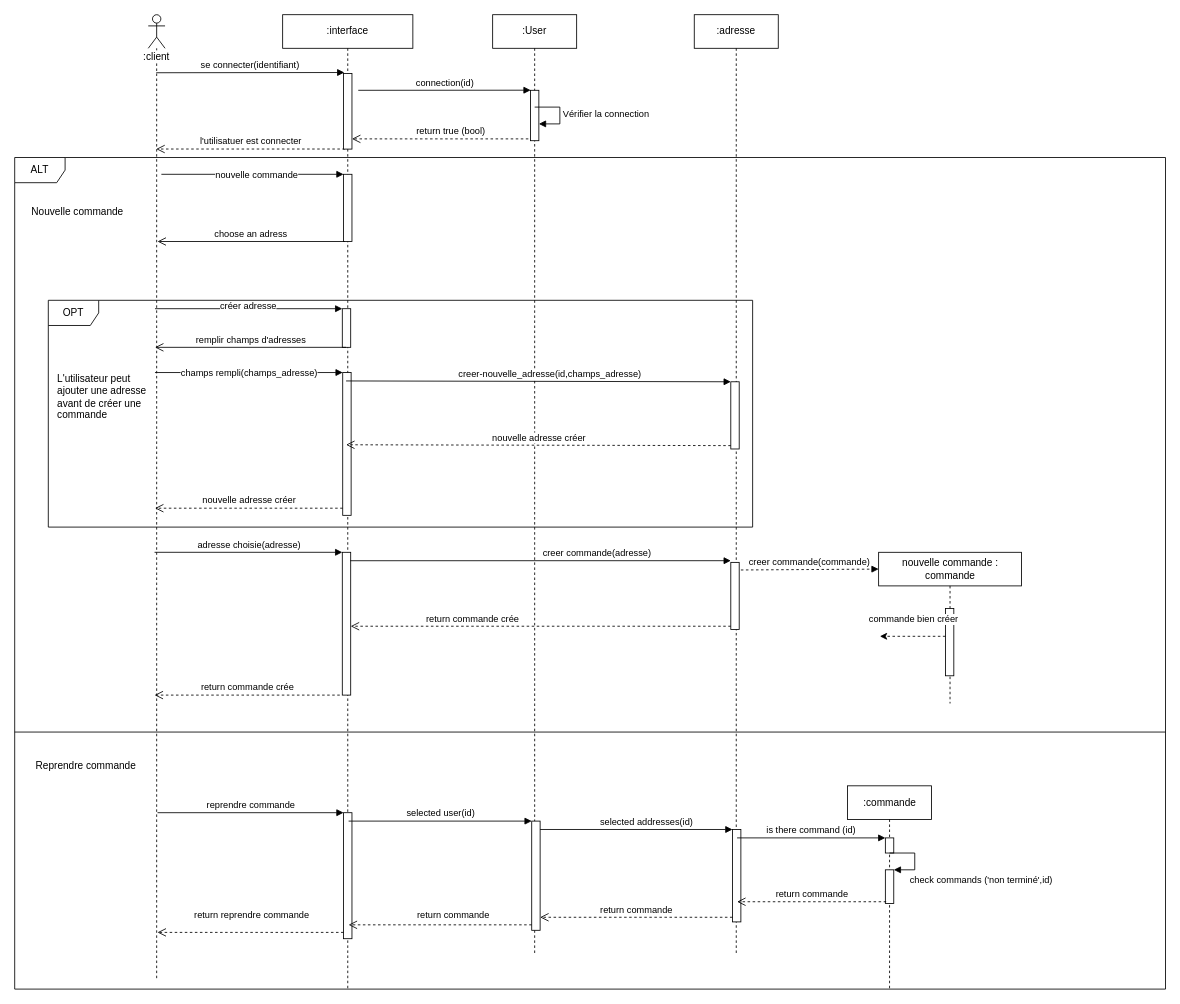
Above: page "créer commande" (2 of 4) of sequence_diagrams.drawio in sebastien-deren/projet_4 (draw.io), before the change. Source tidied: cells renumbered, new cells numbered last; positions are measured from the earlier drawing's top-left corner, leaving out a move shared by most shapes. Both pictures are drawn from the tidied source at 84%, with x=0, y=0 at pixel (14, 14).
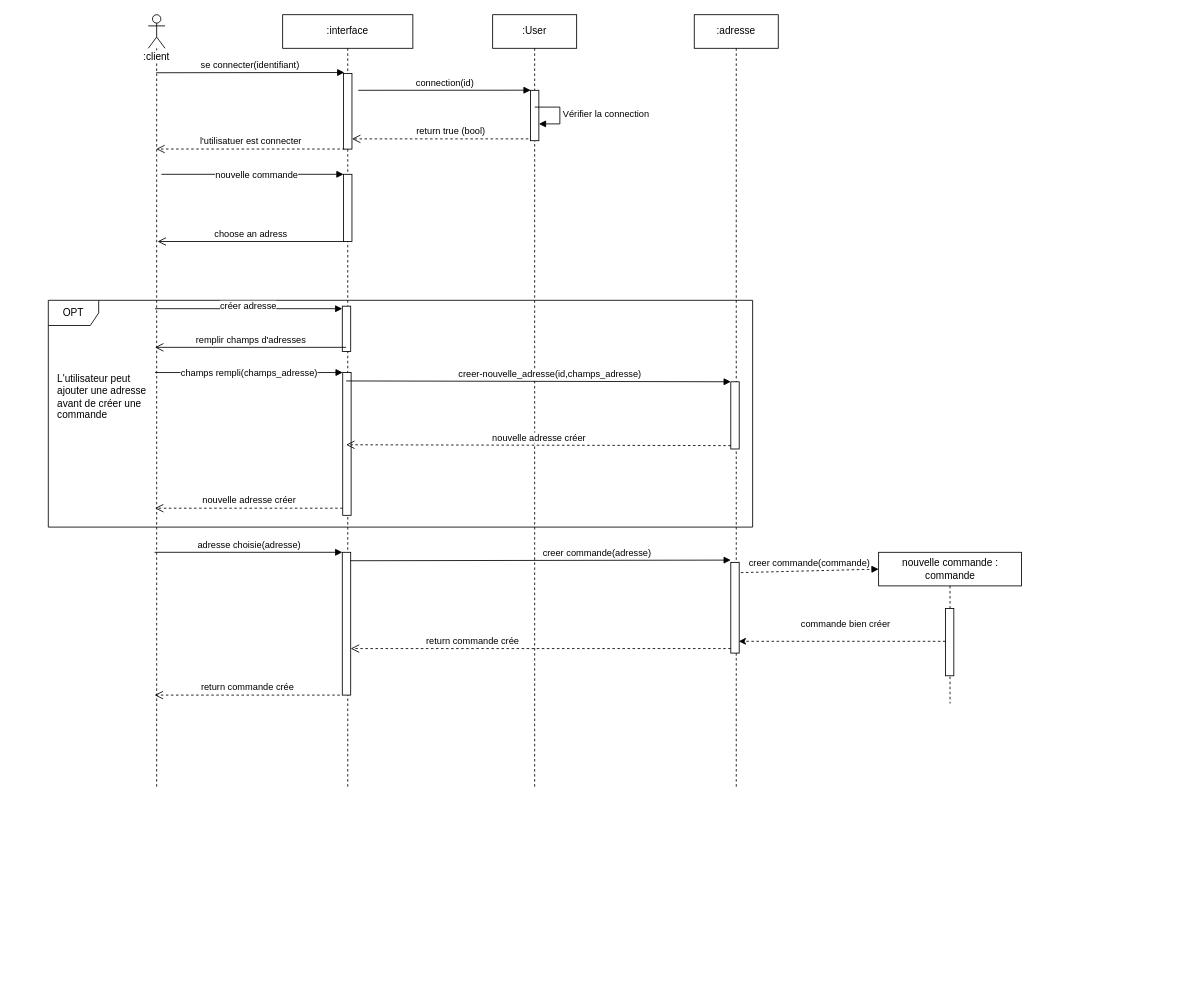
After the change.

Unchanged cells that the change refers to:
```xml
<mxCell id="21" style="html=1;points=[];perimeter=orthogonalPerimeter;labelBackgroundColor=default;" parent="20" vertex="1">
  <mxGeometry x="79.5" y="67" width="10" height="80" as="geometry" />
</mxCell>
```

The edit, as a diff of the source:
```diff
@@
-    <mxCell id="2" value="ALT" style="shape=umlFrame;whiteSpace=wrap;html=1;labelBackgroundColor=default;" parent="1" vertex="1">
-      <mxGeometry y="170" width="1370" height="990" as="geometry" />
-    </mxCell>
+    <mxCell id="35" value="OPT" style="shape=umlFrame;whiteSpace=wrap;html=1;" parent="1" vertex="1">
+      <mxGeometry x="40" y="340" width="838.5" height="270" as="geometry" />
+    </mxCell>
     <mxCell id="3" value=":User" style="shape=umlLifeline;perimeter=lifelinePerimeter;whiteSpace=wrap;html=1;labelBackgroundColor=default;" parent="1" vertex="1">
-      <mxGeometry x="569" width="100" height="1120" as="geometry" />
+      <mxGeometry x="569" width="100" height="920" as="geometry" />
     </mxCell>
@@
     <mxCell id="11" value=":client" style="shape=umlLifeline;participant=umlActor;perimeter=lifelinePerimeter;whiteSpace=wrap;html=1;verticalAlign=top;spacingTop=36;outlineConnect=0;labelBackgroundColor=default;" parent="1" vertex="1">
-      <mxGeometry x="159" width="20" height="1150" as="geometry" />
+      <mxGeometry x="159" width="20" height="920" as="geometry" />
     </mxCell>
     <mxCell id="12" value=":interface" style="shape=umlLifeline;perimeter=lifelinePerimeter;whiteSpace=wrap;html=1;labelBackgroundColor=default;" parent="1" vertex="1">
-      <mxGeometry x="319" width="155" height="1160" as="geometry" />
+      <mxGeometry x="319" width="155" height="920" as="geometry" />
     </mxCell>
@@
-    <mxCell id="14" style="html=1;points=[];perimeter=orthogonalPerimeter;" parent="12" vertex="1">
+    <mxCell id="14" style="html=1;points=[];perimeter=orthogonalPerimeter;labelBackgroundColor=default;" parent="12" vertex="1">
       <mxGeometry x="72.5" y="190" width="10" height="80" as="geometry" />
     </mxCell>
@@
-    <mxCell id="17" style="html=1;points=[];perimeter=orthogonalPerimeter;" parent="12" vertex="1">
-      <mxGeometry x="71" y="350" width="10" height="46" as="geometry" />
-    </mxCell>
@@
+    <mxCell id="56" style="html=1;perimeter=orthogonalPerimeter;labelBackgroundColor=default;" parent="12" vertex="1">
+      <mxGeometry x="71" y="347" width="10" height="54" as="geometry" />
+    </mxCell>
@@
     <mxCell id="23" value=":adresse" style="shape=umlLifeline;perimeter=lifelinePerimeter;whiteSpace=wrap;html=1;" parent="1" vertex="1">
-      <mxGeometry x="809" width="100" height="1120" as="geometry" />
+      <mxGeometry x="809" width="100" height="920" as="geometry" />
     </mxCell>
     <mxCell id="24" style="html=1;points=[];perimeter=orthogonalPerimeter;" parent="23" vertex="1">
-      <mxGeometry x="43.5" y="652" width="10" height="80" as="geometry" />
+      <mxGeometry x="43.5" y="652" width="10" height="108" as="geometry" />
     </mxCell>
@@
-    <mxCell id="29" value="créer adresse" style="html=1;verticalAlign=bottom;endArrow=block;entryX=0;entryY=0;rounded=0;" parent="1" edge="1" target="17">
+    <mxCell id="29" value="créer adresse" style="html=1;verticalAlign=bottom;endArrow=block;entryX=0;entryY=0;rounded=0;" parent="1" edge="1">
       <mxGeometry x="-0.01" y="-6" relative="1" as="geometry">
         <mxPoint x="167" y="350" as="sourcePoint" />
+        <mxPoint x="390" y="350" as="targetPoint" />
         <mxPoint x="1" as="offset" />
       </mxGeometry>
     </mxCell>
@@
-    <mxCell id="35" value="OPT" style="shape=umlFrame;whiteSpace=wrap;html=1;" parent="1" vertex="1">
-      <mxGeometry x="40" y="340" width="838.5" height="270" as="geometry" />
-    </mxCell>
@@
-    <mxCell id="37" style="line;strokeWidth=1;fillColor=none;align=left;verticalAlign=middle;spacingTop=-1;spacingLeft=3;spacingRight=3;labelPosition=right;strokeColor=inherit;labelBackgroundColor=default;" parent="1" vertex="1">
-      <mxGeometry y="850" width="1370" height="8" as="geometry" />
-    </mxCell>
-    <mxCell id="38" style="html=1;points=[];perimeter=orthogonalPerimeter;labelBackgroundColor=default;" parent="1" vertex="1">
-      <mxGeometry x="615.5" y="960" width="10" height="130" as="geometry" />
-    </mxCell>
-    <mxCell id="39" style="html=1;points=[];perimeter=orthogonalPerimeter;labelBackgroundColor=default;" parent="1" vertex="1">
-      <mxGeometry x="391.5" y="950" width="10" height="150" as="geometry" />
-    </mxCell>
-    <mxCell id="40" style="html=1;points=[];perimeter=orthogonalPerimeter;labelBackgroundColor=default;" parent="1" vertex="1">
-      <mxGeometry x="854.5" y="970" width="10" height="110" as="geometry" />
-    </mxCell>
-    <mxCell id="41" value="reprendre commande" style="html=1;verticalAlign=bottom;endArrow=block;entryX=0;entryY=0;rounded=0;" parent="1" edge="1" target="39">
-      <mxGeometry relative="1" as="geometry">
-        <mxPoint x="170" y="950" as="sourcePoint" />
-      </mxGeometry>
-    </mxCell>
-    <mxCell id="42" value="return reprendre commande" style="html=1;verticalAlign=bottom;endArrow=open;dashed=1;endSize=8;exitX=0;exitY=0.95;rounded=0;" parent="1" edge="1" source="39">
-      <mxGeometry x="-0.01" y="-12" relative="1" as="geometry">
-        <mxPoint x="170" y="1092.5" as="targetPoint" />
-      </mxGeometry>
-    </mxCell>
-    <mxCell id="43" value="selected user(id)" style="html=1;verticalAlign=bottom;endArrow=block;entryX=0;entryY=0;rounded=0;" parent="1" edge="1" target="38">
-      <mxGeometry relative="1" as="geometry">
-        <mxPoint x="397.5" y="960" as="sourcePoint" />
-      </mxGeometry>
-    </mxCell>
-    <mxCell id="44" value="return commande" style="html=1;verticalAlign=bottom;endArrow=open;dashed=1;endSize=8;exitX=0;exitY=0.95;rounded=0;" parent="1" edge="1" source="38">
-      <mxGeometry x="-0.14" y="-3" relative="1" as="geometry">
-        <mxPoint x="397.5" y="1083.5" as="targetPoint" />
-      </mxGeometry>
-    </mxCell>
-    <mxCell id="45" value="selected addresses(id)" style="html=1;verticalAlign=bottom;endArrow=block;entryX=0;entryY=0;rounded=0;" parent="1" edge="1" source="38" target="40">
-      <mxGeometry x="0.1" relative="1" as="geometry" />
-    </mxCell>
-    <mxCell id="46" value="return commande" style="html=1;verticalAlign=bottom;endArrow=open;dashed=1;endSize=8;exitX=0;exitY=0.95;rounded=0;" parent="1" edge="1" source="40" target="38">
-      <mxGeometry relative="1" as="geometry" />
-    </mxCell>
-    <mxCell id="47" value=":commande" style="shape=umlLifeline;perimeter=lifelinePerimeter;whiteSpace=wrap;html=1;labelBackgroundColor=default;" parent="1" vertex="1">
-      <mxGeometry x="991.5" y="918" width="100" height="242" as="geometry" />
-    </mxCell>
-    <mxCell id="48" style="html=1;points=[];perimeter=orthogonalPerimeter;labelBackgroundColor=default;" parent="47" vertex="1">
-      <mxGeometry x="45" y="62" width="10" height="18" as="geometry" />
-    </mxCell>
-    <mxCell id="49" style="html=1;points=[];perimeter=orthogonalPerimeter;labelBackgroundColor=default;" parent="47" vertex="1">
-      <mxGeometry x="45" y="100" width="10" height="40" as="geometry" />
-    </mxCell>
-    <mxCell id="50" value="check commands ('non terminé',id)" style="edgeStyle=orthogonalEdgeStyle;html=1;align=left;spacingLeft=2;endArrow=block;rounded=0;entryX=1;entryY=0;" parent="47" edge="1" target="49">
-      <mxGeometry x="0.6" y="12" relative="1" as="geometry">
-        <mxPoint x="50" y="80" as="sourcePoint" />
-        <Array as="points">
-          <mxPoint x="80" y="80" />
-        </Array>
-      </mxGeometry>
-    </mxCell>
-    <mxCell id="51" value="is there command (id)" style="html=1;verticalAlign=bottom;endArrow=block;entryX=0;entryY=0;rounded=0;" parent="1" edge="1" target="48">
-      <mxGeometry relative="1" as="geometry">
-        <mxPoint x="860" y="980" as="sourcePoint" />
-      </mxGeometry>
-    </mxCell>
-    <mxCell id="52" value="return commande" style="html=1;verticalAlign=bottom;endArrow=open;dashed=1;endSize=8;rounded=0;exitX=0.1;exitY=0.95;exitDx=0;exitDy=0;exitPerimeter=0;" parent="1" edge="1" source="49">
-      <mxGeometry relative="1" as="geometry">
-        <mxPoint x="860" y="1056" as="targetPoint" />
-      </mxGeometry>
-    </mxCell>
-    <mxCell id="53" value="Nouvelle commande" style="text;html=1;strokeColor=none;fillColor=none;align=center;verticalAlign=middle;whiteSpace=wrap;rounded=0;labelBackgroundColor=default;" parent="1" vertex="1">
-      <mxGeometry x="10" y="220" width="130" height="30" as="geometry" />
-    </mxCell>
-    <mxCell id="54" value="Reprendre commande" style="text;html=1;strokeColor=none;fillColor=none;align=center;verticalAlign=middle;whiteSpace=wrap;rounded=0;labelBackgroundColor=default;" parent="1" vertex="1">
-      <mxGeometry x="20" y="880" width="130" height="30" as="geometry" />
-    </mxCell>
-    <mxCell id="55" value="commande bien créer" style="endArrow=classic;html=1;rounded=0;dashed=1;" parent="1" edge="1" source="21">
-      <mxGeometry x="-0.03" y="-20" relative="1" as="geometry">
-        <mxPoint x="1030" y="740" as="targetPoint" />
-      </mxGeometry>
+    <mxCell id="55" value="commande bien créer" style="endArrow=classic;html=1;rounded=0;dashed=1;entryX=0.95;entryY=0.87;entryDx=0;entryDy=0;entryPerimeter=0;" parent="1" edge="1" source="21" target="24">
+      <mxGeometry x="-0.03" y="-20" relative="1" as="geometry" />
     </mxCell>
```
